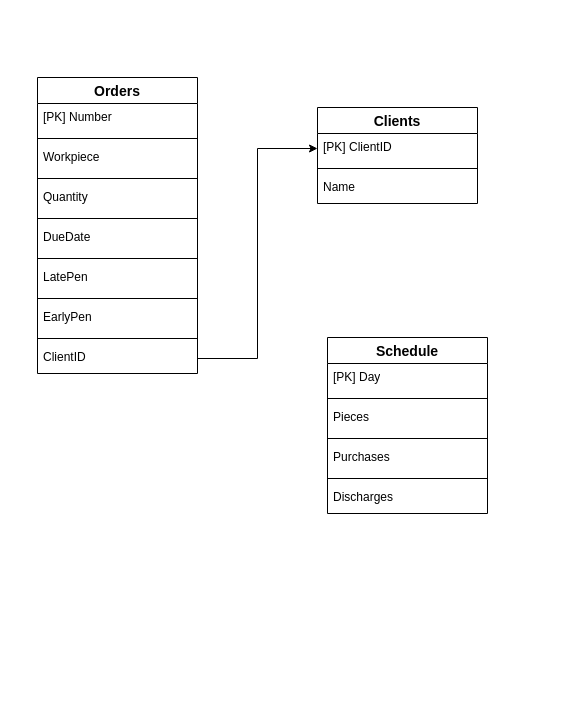
Above: page "Database Diagram" (3 of 9) of PLA_APP_Diagrams.drawio in gpizzigh-bit/Automation-of-a-Production-Line (draw.io), before the change. Source tidied: cells renumbered, new cells numbered last; positions are measured from the earlier drawing's top-left corner, leaving out a move shared by most shapes. Both pictures are drawn from the tidied source at 100%, with x=0, y=0 at pixel (37, 77).
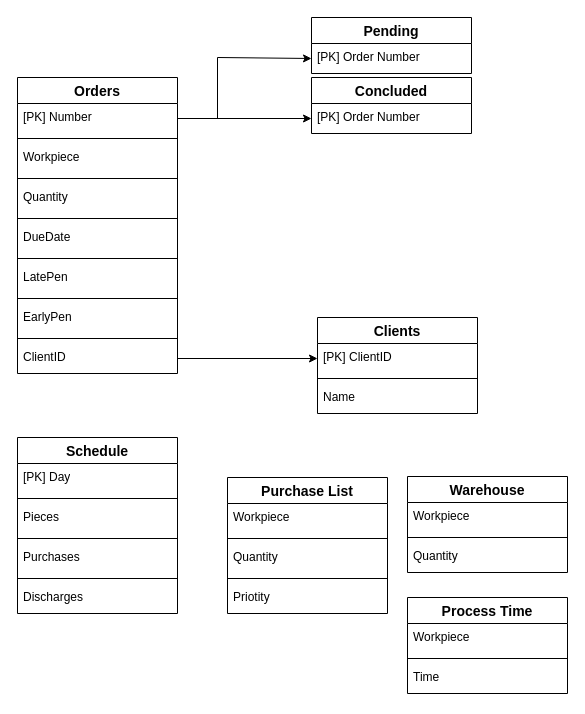
The same page after the edit.

The change refers to these unchanged cells:
```xml
<mxCell id="3" value="[PK] Number" style="text;strokeColor=none;fillColor=none;spacingLeft=4;spacingRight=4;overflow=hidden;points=[[0,0.5],[1,0.5]];portConstraint=eastwest;fontSize=12;whiteSpace=wrap;html=1;" parent="2" vertex="1">
  <mxGeometry y="26" width="160" height="30" as="geometry" />
</mxCell>
```

Change to the diagram source:
```diff
@@
     <mxCell id="2" value="Orders" style="swimlane;fontStyle=1;horizontal=1;startSize=26;align=center;fontSize=14;" parent="1" vertex="1">
-      <mxGeometry width="160" height="296" as="geometry" />
+      <mxGeometry x="-20" width="160" height="296" as="geometry" />
     </mxCell>
@@
     <mxCell id="16" value="Clients" style="swimlane;fontStyle=1;horizontal=1;startSize=26;align=center;fontSize=14;" parent="1" vertex="1">
-      <mxGeometry x="280" y="30" width="160" height="96" as="geometry" />
+      <mxGeometry x="280" y="240" width="160" height="96" as="geometry" />
     </mxCell>
@@
     <mxCell id="20" value="Schedule" style="swimlane;fontStyle=1;horizontal=1;startSize=26;align=center;fontSize=14;" parent="1" vertex="1">
-      <mxGeometry x="290" y="260" width="160" height="176" as="geometry" />
+      <mxGeometry x="-20" y="360" width="160" height="176" as="geometry" />
     </mxCell>
@@
+    <mxCell id="29" value="Purchase List" style="swimlane;fontStyle=1;horizontal=1;startSize=26;align=center;fontSize=14;" parent="1" vertex="1">
+      <mxGeometry x="190" y="400" width="160" height="136" as="geometry" />
+    </mxCell>
+    <mxCell id="30" value="Workpiece" style="text;strokeColor=none;fillColor=none;spacingLeft=4;spacingRight=4;overflow=hidden;fontSize=12;whiteSpace=wrap;html=1;" parent="29" vertex="1">
+      <mxGeometry y="26" width="160" height="30" as="geometry" />
+    </mxCell>
+    <mxCell id="31" style="line;strokeWidth=1;dashed=0;labelPosition=right;align=left;verticalAlign=middle;spacingTop=0;spacingLeft=6;" parent="29" vertex="1">
+      <mxGeometry y="56" width="160" height="10" as="geometry" />
+    </mxCell>
+    <mxCell id="32" value="Quantity" style="text;strokeColor=none;fillColor=none;spacingLeft=4;spacingRight=4;overflow=hidden;fontSize=12;whiteSpace=wrap;html=1;" parent="29" vertex="1">
+      <mxGeometry y="66" width="160" height="30" as="geometry" />
+    </mxCell>
+    <mxCell id="33" style="line;strokeWidth=1;dashed=0;labelPosition=right;align=left;verticalAlign=middle;spacingTop=0;spacingLeft=6;" parent="29" vertex="1">
+      <mxGeometry y="96" width="160" height="10" as="geometry" />
+    </mxCell>
+    <mxCell id="34" value="Priotity" style="text;strokeColor=none;fillColor=none;spacingLeft=4;spacingRight=4;overflow=hidden;fontSize=12;whiteSpace=wrap;html=1;" parent="29" vertex="1">
+      <mxGeometry y="106" width="160" height="30" as="geometry" />
+    </mxCell>
+    <mxCell id="35" value="Pending" style="swimlane;fontStyle=1;horizontal=1;startSize=26;align=center;fontSize=14;" parent="1" vertex="1">
+      <mxGeometry x="274" y="-60" width="160" height="56" as="geometry" />
+    </mxCell>
+    <mxCell id="36" value="[PK] Order Number" style="text;strokeColor=none;fillColor=none;spacingLeft=4;spacingRight=4;overflow=hidden;points=[[0,0.5],[1,0.5]];portConstraint=eastwest;fontSize=12;whiteSpace=wrap;html=1;" parent="35" vertex="1">
+      <mxGeometry y="26" width="160" height="30" as="geometry" />
+    </mxCell>
+    <mxCell id="37" value="Concluded" style="swimlane;fontStyle=1;horizontal=1;startSize=26;align=center;fontSize=14;" parent="1" vertex="1">
+      <mxGeometry x="274" width="160" height="56" as="geometry" />
+    </mxCell>
+    <mxCell id="38" value="[PK] Order Number" style="text;strokeColor=none;fillColor=none;spacingLeft=4;spacingRight=4;overflow=hidden;points=[[0,0.5],[1,0.5]];portConstraint=eastwest;fontSize=12;whiteSpace=wrap;html=1;" parent="37" vertex="1">
+      <mxGeometry y="26" width="160" height="30" as="geometry" />
+    </mxCell>
+    <mxCell id="39" style="edgeStyle=orthogonalEdgeStyle;rounded=0;jettySize=auto;html=1;entryX=0;entryY=0.5;entryDx=0;entryDy=0;" parent="1" edge="1" source="3" target="36">
+      <mxGeometry relative="1" as="geometry">
+        <Array as="points">
+          <mxPoint x="180" y="41" />
+          <mxPoint x="180" y="-20" />
+        </Array>
+      </mxGeometry>
+    </mxCell>
+    <mxCell id="40" style="edgeStyle=orthogonalEdgeStyle;rounded=0;jettySize=auto;html=1;" parent="1" edge="1" source="3" target="38">
+      <mxGeometry relative="1" as="geometry" />
+    </mxCell>
+    <mxCell id="41" value="Warehouse" style="swimlane;fontStyle=1;horizontal=1;startSize=26;align=center;fontSize=14;" parent="1" vertex="1">
+      <mxGeometry x="370" y="399" width="160" height="96" as="geometry" />
+    </mxCell>
+    <mxCell id="42" value="Workpiece" style="text;strokeColor=none;fillColor=none;spacingLeft=4;spacingRight=4;overflow=hidden;fontSize=12;whiteSpace=wrap;html=1;" parent="41" vertex="1">
+      <mxGeometry y="26" width="160" height="30" as="geometry" />
+    </mxCell>
+    <mxCell id="43" style="line;strokeWidth=1;dashed=0;labelPosition=right;align=left;verticalAlign=middle;spacingTop=0;spacingLeft=6;" parent="41" vertex="1">
+      <mxGeometry y="56" width="160" height="10" as="geometry" />
+    </mxCell>
+    <mxCell id="44" value="Quantity" style="text;strokeColor=none;fillColor=none;spacingLeft=4;spacingRight=4;overflow=hidden;fontSize=12;whiteSpace=wrap;html=1;" parent="41" vertex="1">
+      <mxGeometry y="66" width="160" height="30" as="geometry" />
+    </mxCell>
+    <mxCell id="45" value="Process Time" style="swimlane;fontStyle=1;horizontal=1;startSize=26;align=center;fontSize=14;" parent="1" vertex="1">
+      <mxGeometry x="370" y="520" width="160" height="96" as="geometry" />
+    </mxCell>
+    <mxCell id="46" value="Workpiece" style="text;strokeColor=none;fillColor=none;spacingLeft=4;spacingRight=4;overflow=hidden;fontSize=12;whiteSpace=wrap;html=1;" parent="45" vertex="1">
+      <mxGeometry y="26" width="160" height="30" as="geometry" />
+    </mxCell>
+    <mxCell id="47" style="line;strokeWidth=1;dashed=0;labelPosition=right;align=left;verticalAlign=middle;spacingTop=0;spacingLeft=6;" parent="45" vertex="1">
+      <mxGeometry y="56" width="160" height="10" as="geometry" />
+    </mxCell>
+    <mxCell id="48" value="Time" style="text;strokeColor=none;fillColor=none;spacingLeft=4;spacingRight=4;overflow=hidden;fontSize=12;whiteSpace=wrap;html=1;" parent="45" vertex="1">
+      <mxGeometry y="66" width="160" height="30" as="geometry" />
+    </mxCell>
```
